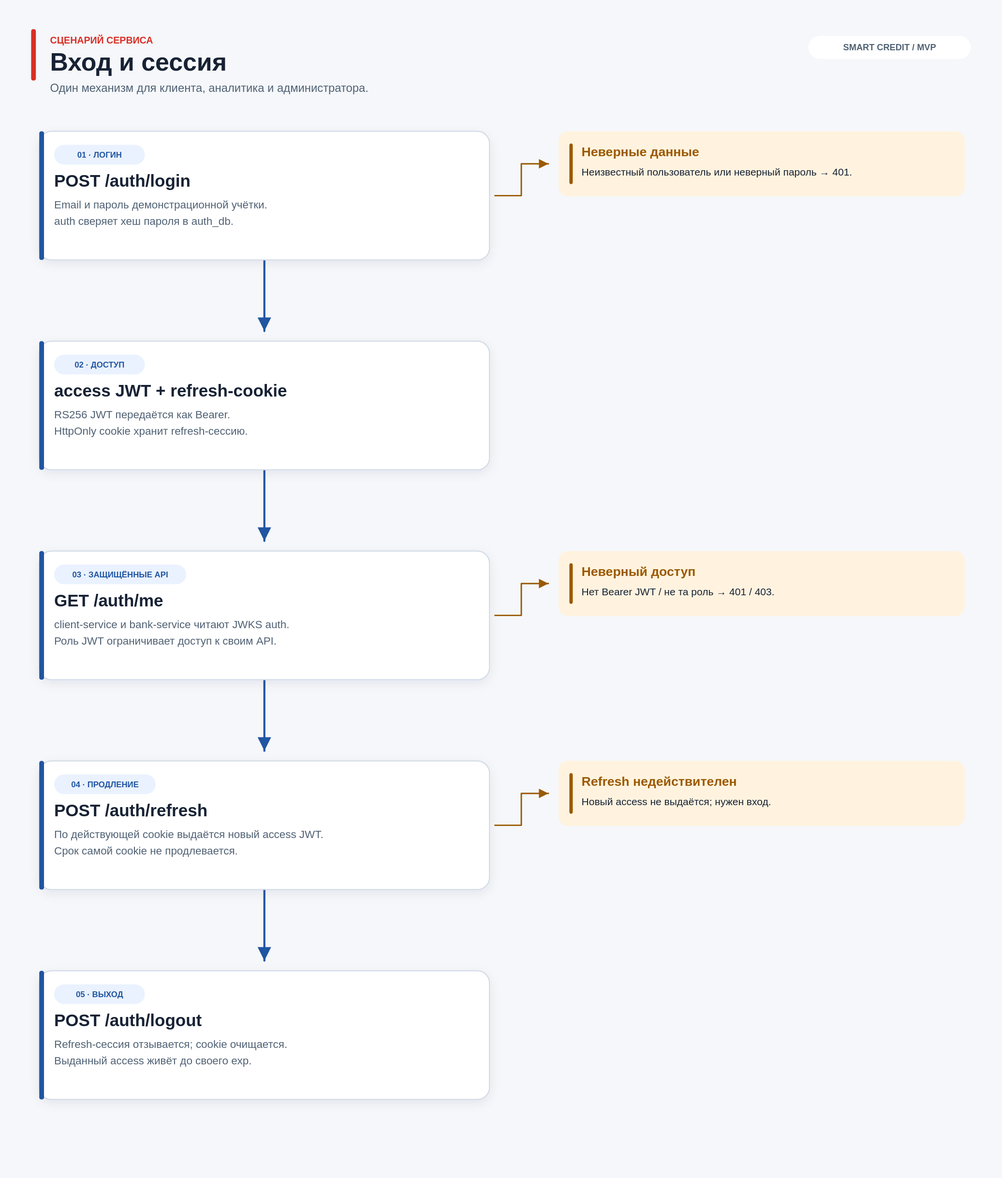
Above: docs/diagrams/auth-flow.svg in kry4onok/smart-credit (PlantUML), before the change. Its source is kept beside it as docs/diagrams/auth-flow.puml. Source of this version:
```plantuml
@startuml auth-flow
!theme plain
skinparam backgroundColor #FFFFFF
skinparam defaultFontName Arial
skinparam ActivityBackgroundColor #EAF2FF
skinparam ActivityBorderColor #2055A2
skinparam ArrowColor #2055A2
title Smart Credit — вход и сессия
start
:POST /auth/login;
if (Пароль верный?) then (да)
  :access JWT + HttpOnly refresh-cookie;
else (нет)
  :401;
  stop
endif
:Bearer JWT → /auth/me и защищённые API;
note right
  client-service и bank-service
  читают JWKS auth по HTTP.
end note
if (Требуется новый access?) then (да)
  :POST /auth/refresh по cookie;
  if (Cookie действительна?) then (да)
    :новый access JWT;
  else (нет)
    :нужен повторный вход;
    stop
  endif
endif
:POST /auth/logout → отзыв refresh;
:access действует до exp;
stop
@enduml
```
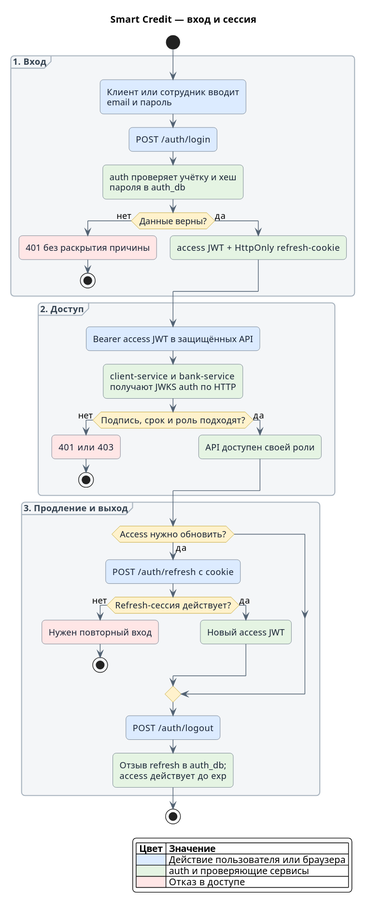
After the change.

Diff of the diagram source:
```diff
@@ -1,34 +1,66 @@
-@startuml auth-flow
-!theme plain
-skinparam backgroundColor #FFFFFF
-skinparam defaultFontName Arial
-skinparam ActivityBackgroundColor #EAF2FF
-skinparam ActivityBorderColor #2055A2
-skinparam ArrowColor #2055A2
+@startuml
 title Smart Credit — вход и сессия
+
+skinparam shadowing false
+skinparam backgroundColor white
+skinparam defaultFontName "Segoe UI"
+skinparam defaultFontSize 13
+skinparam roundcorner 10
+skinparam ArrowColor #526273
+skinparam activity {
+  BackgroundColor #FAFAFA
+  BorderColor #526273
+  FontColor #172234
+  DiamondBackgroundColor #FFF2CC
+  DiamondBorderColor #B38F00
+}
+skinparam partition {
+  BackgroundColor #F4F6F8
+  BorderColor #A9B4BF
+  FontColor #33414F
+  FontStyle bold
+}
+
 start
-:POST /auth/login;
-if (Пароль верный?) then (да)
-  :access JWT + HttpOnly refresh-cookie;
-else (нет)
-  :401;
-  stop
-endif
-:Bearer JWT → /auth/me и защищённые API;
-note right
-  client-service и bank-service
-  читают JWKS auth по HTTP.
-end note
-if (Требуется новый access?) then (да)
-  :POST /auth/refresh по cookie;
-  if (Cookie действительна?) then (да)
-    :новый access JWT;
-  else (нет)
-    :нужен повторный вход;
+partition "1. Вход" {
+  :Клиент или сотрудник вводит\nemail и пароль; <<#DCEBFF>>
+  :POST /auth/login; <<#DCEBFF>>
+  :auth проверяет учётку и хеш\nпароля в auth_db; <<#E5F4E3>>
+  if (Данные верны?) then (нет)
+    :401 без раскрытия причины; <<#FFE6E6>>
     stop
+  else (да)
+    :access JWT + HttpOnly refresh-cookie; <<#E5F4E3>>
   endif
-endif
-:POST /auth/logout → отзыв refresh;
-:access действует до exp;
+}
+partition "2. Доступ" {
+  :Bearer access JWT в защищённых API; <<#DCEBFF>>
+  :client-service и bank-service\nполучают JWKS auth по HTTP; <<#E5F4E3>>
+  if (Подпись, срок и роль подходят?) then (нет)
+    :401 или 403; <<#FFE6E6>>
+    stop
+  else (да)
+    :API доступен своей роли; <<#E5F4E3>>
+  endif
+}
+partition "3. Продление и выход" {
+  if (Access нужно обновить?) then (да)
+    :POST /auth/refresh с cookie; <<#DCEBFF>>
+    if (Refresh-сессия действует?) then (нет)
+      :Нужен повторный вход; <<#FFE6E6>>
+      stop
+    else (да)
+      :Новый access JWT; <<#E5F4E3>>
+    endif
+  endif
+  :POST /auth/logout; <<#DCEBFF>>
+  :Отзыв refresh в auth_db;\naccess действует до exp; <<#E5F4E3>>
+}
 stop
+legend right
+|= Цвет |= Значение |
+|<#DCEBFF>| Действие пользователя или браузера |
+|<#E5F4E3>| auth и проверяющие сервисы |
+|<#FFE6E6>| Отказ в доступе |
+endlegend
 @enduml
```
